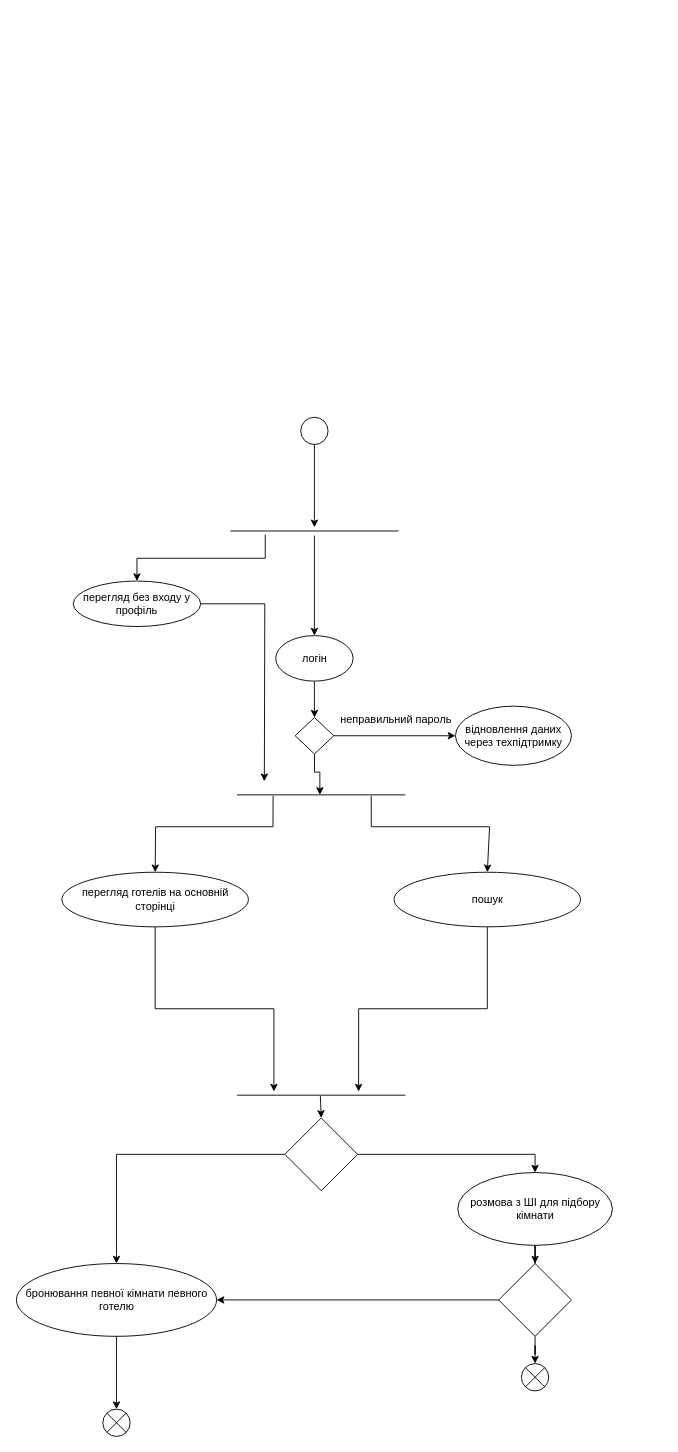
The draw.io diagram activity diagram user.drawio in Maksym-Perehinets/TSPP, before the edit. Source tidied: cells renumbered, new cells numbered last; positions are measured from the earlier drawing's top-left corner, leaving out a move shared by most shapes. Both pictures are drawn from the tidied source at 91%, with x=0, y=0 at pixel (16, 417).
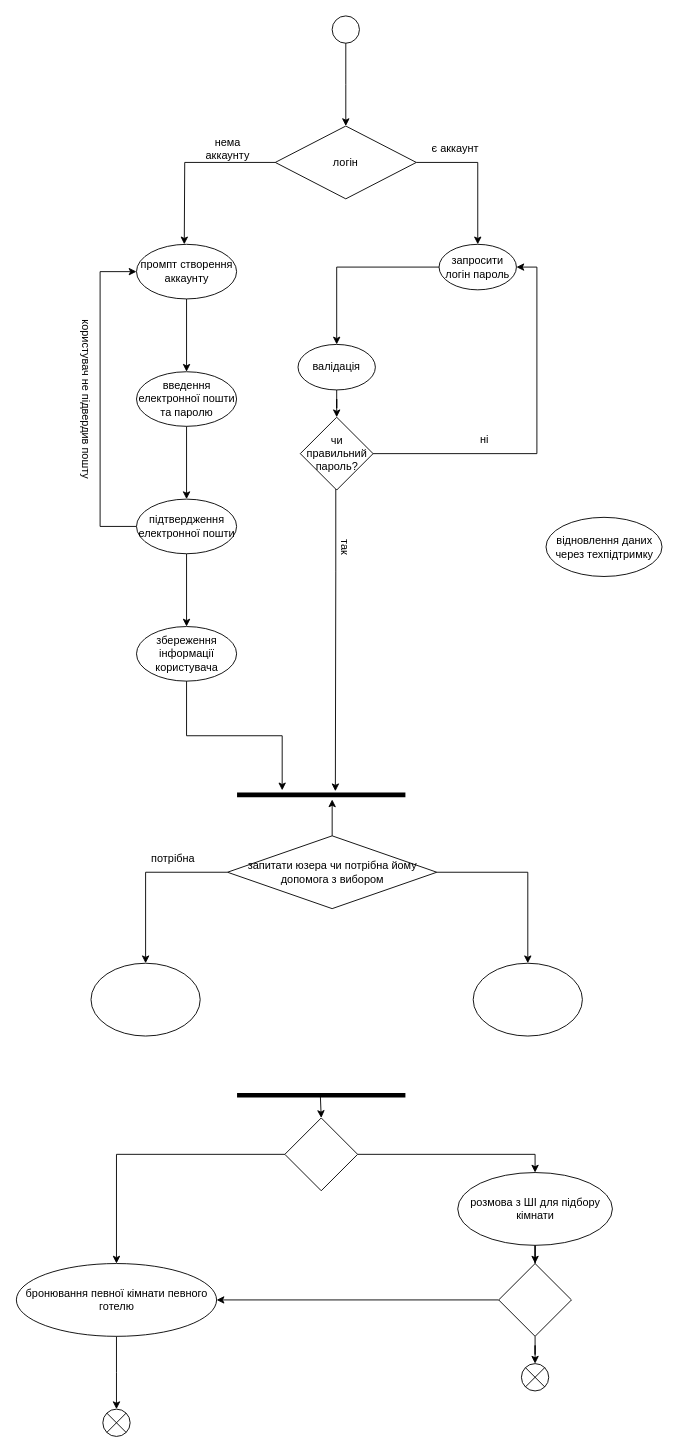
The same diagram, later.

Diff of the diagram source:
```diff
@@
     <mxCell id="2" style="ellipse;" parent="1" vertex="1">
-      <mxGeometry x="312" width="30" height="30" as="geometry" />
+      <mxGeometry x="346.5" y="-441" width="30" height="30" as="geometry" />
     </mxCell>
-    <mxCell id="3" value="пошук" style="ellipse;whiteSpace=wrap;html=1;" parent="1" vertex="1">
-      <mxGeometry x="414.5" y="500" width="205" height="60" as="geometry" />
-    </mxCell>
-    <mxCell id="4" value="перегляд готелів на основній сторінці" style="ellipse;whiteSpace=wrap;html=1;" parent="1" vertex="1">
-      <mxGeometry x="49.5" y="500" width="205" height="60" as="geometry" />
-    </mxCell>
-    <mxCell id="5" style="line;strokeWidth=1;dashed=0;labelPosition=right;align=left;verticalAlign=middle;spacingTop=0;spacingLeft=6;points=[];portConstraint=eastwest;" parent="1" vertex="1">
+    <mxCell id="5" style="line;strokeWidth=5;dashed=0;labelPosition=right;align=left;verticalAlign=middle;spacingTop=0;spacingLeft=6;points=[];portConstraint=eastwest;" parent="1" vertex="1">
       <mxGeometry x="242" y="410" width="185" height="10" as="geometry" />
     </mxCell>
-    <mxCell id="6" style="endArrow=classic;html=1;rounded=0;exitX=0.797;exitY=0.6;exitDx=0;exitDy=0;exitPerimeter=0;entryX=0.5;entryY=0;entryDx=0;entryDy=0;" parent="1" edge="1" source="5" target="3">
-      <mxGeometry relative="1" as="geometry">
-        <Array as="points">
-          <mxPoint x="389.5" y="450" />
-          <mxPoint x="519.5" y="450" />
-        </Array>
-      </mxGeometry>
-    </mxCell>
-    <mxCell id="7" style="endArrow=classic;html=1;rounded=0;exitX=0.214;exitY=0.6;exitDx=0;exitDy=0;exitPerimeter=0;entryX=0.5;entryY=0;entryDx=0;entryDy=0;" parent="1" edge="1" source="5" target="4">
-      <mxGeometry relative="1" as="geometry">
-        <Array as="points">
-          <mxPoint x="281.5" y="450" />
-          <mxPoint x="152.5" y="450" />
-        </Array>
-      </mxGeometry>
-    </mxCell>
-    <mxCell id="8" style="line;strokeWidth=1;dashed=0;labelPosition=right;align=left;verticalAlign=middle;spacingTop=0;spacingLeft=6;points=[];portConstraint=eastwest;" parent="1" vertex="1">
+    <mxCell id="8" style="line;strokeWidth=5;dashed=0;labelPosition=right;align=left;verticalAlign=middle;spacingTop=0;spacingLeft=6;points=[];portConstraint=eastwest;" parent="1" vertex="1">
       <mxGeometry x="242" y="740" width="185" height="10" as="geometry" />
     </mxCell>
-    <mxCell id="9" style="edgeStyle=orthogonalEdgeStyle;rounded=0;jettySize=auto;html=1;entryX=0.219;entryY=0.1;entryDx=0;entryDy=0;entryPerimeter=0;" parent="1" edge="1" source="4" target="8">
-      <mxGeometry relative="1" as="geometry" />
-    </mxCell>
-    <mxCell id="10" style="edgeStyle=orthogonalEdgeStyle;rounded=0;jettySize=auto;html=1;entryX=0.722;entryY=0.1;entryDx=0;entryDy=0;entryPerimeter=0;" parent="1" edge="1" source="3" target="8">
-      <mxGeometry relative="1" as="geometry" />
-    </mxCell>
@@
-    <mxCell id="23" style="edgeStyle=orthogonalEdgeStyle;rounded=0;jettySize=auto;html=1;" parent="1" edge="1" source="24" target="27">
-      <mxGeometry relative="1" as="geometry" />
-    </mxCell>
+    <mxCell id="37" style="edgeStyle=orthogonalEdgeStyle;rounded=0;jettySize=auto;html=1;" parent="1" edge="1" source="24" target="42">
+      <mxGeometry relative="1" as="geometry" />
+    </mxCell>
-    <mxCell id="24" value="логін" style="ellipse;whiteSpace=wrap;html=1;" parent="1" vertex="1">
-      <mxGeometry x="284.5" y="240" width="85" height="50" as="geometry" />
+    <mxCell id="24" value="запросити логін пароль" style="ellipse;whiteSpace=wrap;html=1;" parent="1" vertex="1">
+      <mxGeometry x="464" y="-190" width="85" height="50" as="geometry" />
     </mxCell>
-    <mxCell id="25" style="edgeStyle=orthogonalEdgeStyle;rounded=0;jettySize=auto;html=1;entryX=0;entryY=0.5;entryDx=0;entryDy=0;" parent="1" edge="1" source="27" target="28">
-      <mxGeometry relative="1" as="geometry" />
-    </mxCell>
-    <mxCell id="26" style="edgeStyle=orthogonalEdgeStyle;rounded=0;jettySize=auto;html=1;entryX=0.492;entryY=0.5;entryDx=0;entryDy=0;entryPerimeter=0;" parent="1" edge="1" source="27" target="5">
-      <mxGeometry relative="1" as="geometry">
-        <Array as="points">
-          <mxPoint x="327" y="390" />
-          <mxPoint x="333" y="390" />
-        </Array>
-      </mxGeometry>
-    </mxCell>
-    <mxCell id="27" style="rhombus;whiteSpace=wrap;html=1;" parent="1" vertex="1">
-      <mxGeometry x="305.8" y="330" width="42.5" height="40" as="geometry" />
-    </mxCell>
     <mxCell id="28" value="відновлення даних через техпідтримку" style="ellipse;whiteSpace=wrap;html=1;" parent="1" vertex="1">
-      <mxGeometry x="482" y="317.5" width="127.5" height="65" as="geometry" />
+      <mxGeometry x="581.5" y="110" width="127.5" height="65" as="geometry" />
     </mxCell>
-    <mxCell id="29" value="неправильний пароль" style="text;html=1;align=center;verticalAlign=middle;whiteSpace=wrap;rounded=0;" parent="1" vertex="1">
-      <mxGeometry x="337" y="317.5" width="160" height="30" as="geometry" />
-    </mxCell>
-    <mxCell id="30" style="line;strokeWidth=1;dashed=0;labelPosition=right;align=left;verticalAlign=middle;spacingTop=0;spacingLeft=6;points=[];portConstraint=eastwest;" parent="1" vertex="1">
-      <mxGeometry x="234.5" y="120" width="185" height="10" as="geometry" />
-    </mxCell>
-    <mxCell id="31" style="edgeStyle=orthogonalEdgeStyle;rounded=0;jettySize=auto;html=1;entryX=0.5;entryY=0.1;entryDx=0;entryDy=0;entryPerimeter=0;" parent="1" edge="1" source="2" target="30">
-      <mxGeometry relative="1" as="geometry" />
+    <mxCell id="31" style="edgeStyle=orthogonalEdgeStyle;rounded=0;jettySize=auto;html=1;entryX=0.5;entryY=0.1;entryDx=0;entryDy=0;entryPerimeter=0;" parent="1" edge="1" source="2">
+      <mxGeometry relative="1" as="geometry">
+        <mxPoint x="361.5" y="-320" as="targetPoint" />
+      </mxGeometry>
     </mxCell>
-    <mxCell id="32" style="edgeStyle=orthogonalEdgeStyle;rounded=0;jettySize=auto;html=1;" parent="1" edge="1" source="33">
-      <mxGeometry relative="1" as="geometry">
-        <mxPoint x="272" y="400" as="targetPoint" />
-      </mxGeometry>
-    </mxCell>
-    <mxCell id="33" value="перегляд без входу у профіль" style="ellipse;whiteSpace=wrap;html=1;" parent="1" vertex="1">
-      <mxGeometry x="62" y="180" width="140" height="50" as="geometry" />
-    </mxCell>
-    <mxCell id="34" style="edgeStyle=orthogonalEdgeStyle;rounded=0;jettySize=auto;html=1;exitX=0.208;exitY=0.9;exitDx=0;exitDy=0;exitPerimeter=0;" parent="1" edge="1" source="30" target="33">
-      <mxGeometry relative="1" as="geometry" />
-    </mxCell>
-    <mxCell id="35" style="edgeStyle=orthogonalEdgeStyle;rounded=0;jettySize=auto;html=1;exitX=0.5;exitY=1;exitDx=0;exitDy=0;exitPerimeter=0;" parent="1" edge="1" source="30" target="24">
-      <mxGeometry relative="1" as="geometry" />
-    </mxCell>
@@
+    <mxCell id="38" style="edgeStyle=orthogonalEdgeStyle;rounded=0;jettySize=auto;html=1;entryX=0.5;entryY=0;entryDx=0;entryDy=0;" parent="1" edge="1" source="40">
+      <mxGeometry relative="1" as="geometry">
+        <mxPoint x="184" y="-190" as="targetPoint" />
+      </mxGeometry>
+    </mxCell>
+    <mxCell id="39" style="edgeStyle=orthogonalEdgeStyle;rounded=0;jettySize=auto;html=1;entryX=0.5;entryY=0;entryDx=0;entryDy=0;" parent="1" edge="1" source="40" target="24">
+      <mxGeometry relative="1" as="geometry" />
+    </mxCell>
+    <mxCell id="40" value="логін" style="rhombus;whiteSpace=wrap;html=1;" parent="1" vertex="1">
+      <mxGeometry x="284" y="-320" width="155" height="80" as="geometry" />
+    </mxCell>
+    <mxCell id="41" style="edgeStyle=orthogonalEdgeStyle;rounded=0;jettySize=auto;html=1;" parent="1" edge="1" source="42" target="44">
+      <mxGeometry relative="1" as="geometry" />
+    </mxCell>
+    <mxCell id="42" value="валідація" style="ellipse;whiteSpace=wrap;html=1;" parent="1" vertex="1">
+      <mxGeometry x="309" y="-80" width="85" height="50" as="geometry" />
+    </mxCell>
+    <mxCell id="43" style="edgeStyle=orthogonalEdgeStyle;rounded=0;jettySize=auto;html=1;entryX=1;entryY=0.5;entryDx=0;entryDy=0;" parent="1" edge="1" source="44" target="24">
+      <mxGeometry relative="1" as="geometry">
+        <Array as="points">
+          <mxPoint x="571.5" y="40" />
+          <mxPoint x="571.5" y="-165" />
+        </Array>
+      </mxGeometry>
+    </mxCell>
+    <mxCell id="44" value="чи правильний пароль?" style="rhombus;whiteSpace=wrap;html=1;" parent="1" vertex="1">
+      <mxGeometry x="311.5" width="80" height="80" as="geometry" />
+    </mxCell>
+    <mxCell id="45" style="edgeStyle=orthogonalEdgeStyle;rounded=0;jettySize=auto;html=1;entryX=0.584;entryY=0.1;entryDx=0;entryDy=0;entryPerimeter=0;" parent="1" edge="1" source="44" target="5">
+      <mxGeometry relative="1" as="geometry">
+        <Array as="points">
+          <mxPoint x="350.5" y="170" />
+          <mxPoint x="350.5" y="170" />
+        </Array>
+      </mxGeometry>
+    </mxCell>
+    <mxCell id="46" value="ні" style="text;html=1;align=center;verticalAlign=middle;whiteSpace=wrap;rounded=0;" parent="1" vertex="1">
+      <mxGeometry x="484" y="10" width="60" height="30" as="geometry" />
+    </mxCell>
+    <mxCell id="47" value="так" style="text;html=1;align=center;verticalAlign=middle;whiteSpace=wrap;rounded=0;rotation=90;" parent="1" vertex="1">
+      <mxGeometry x="331.5" y="127.5" width="60" height="30" as="geometry" />
+    </mxCell>
+    <mxCell id="48" value="є аккаунт" style="text;html=1;align=center;verticalAlign=middle;whiteSpace=wrap;rounded=0;" parent="1" vertex="1">
+      <mxGeometry x="451.5" y="-310" width="60" height="30" as="geometry" />
+    </mxCell>
+    <mxCell id="49" value="нема аккаунту" style="text;html=1;align=center;verticalAlign=middle;whiteSpace=wrap;rounded=0;" parent="1" vertex="1">
+      <mxGeometry x="201.5" y="-310" width="60" height="30" as="geometry" />
+    </mxCell>
+    <mxCell id="50" style="edgeStyle=orthogonalEdgeStyle;rounded=0;jettySize=auto;html=1;" parent="1" edge="1" source="51" target="53">
+      <mxGeometry relative="1" as="geometry" />
+    </mxCell>
+    <mxCell id="51" value="промпт створення аккаунту" style="ellipse;whiteSpace=wrap;html=1;" parent="1" vertex="1">
+      <mxGeometry x="131.5" y="-190" width="110" height="60" as="geometry" />
+    </mxCell>
+    <mxCell id="52" style="edgeStyle=orthogonalEdgeStyle;rounded=0;jettySize=auto;html=1;" parent="1" edge="1" source="53" target="56">
+      <mxGeometry relative="1" as="geometry" />
+    </mxCell>
+    <mxCell id="53" value="введення електронної пошти та паролю" style="ellipse;whiteSpace=wrap;html=1;" parent="1" vertex="1">
+      <mxGeometry x="131.5" y="-50" width="110" height="60" as="geometry" />
+    </mxCell>
+    <mxCell id="54" style="edgeStyle=orthogonalEdgeStyle;rounded=0;jettySize=auto;html=1;entryX=0;entryY=0.5;entryDx=0;entryDy=0;" parent="1" edge="1" source="56" target="51">
+      <mxGeometry relative="1" as="geometry">
+        <Array as="points">
+          <mxPoint x="91.5" y="120" />
+          <mxPoint x="91.5" y="-160" />
+        </Array>
+      </mxGeometry>
+    </mxCell>
+    <mxCell id="55" style="edgeStyle=orthogonalEdgeStyle;rounded=0;jettySize=auto;html=1;" parent="1" edge="1" source="56" target="58">
+      <mxGeometry relative="1" as="geometry" />
+    </mxCell>
+    <mxCell id="56" value="підтвердження електронної пошти" style="ellipse;whiteSpace=wrap;html=1;" parent="1" vertex="1">
+      <mxGeometry x="131.5" y="90" width="110" height="60" as="geometry" />
+    </mxCell>
+    <mxCell id="57" value="користувач не підвердив пошту" style="text;html=1;align=center;verticalAlign=middle;whiteSpace=wrap;rounded=0;rotation=90;" parent="1" vertex="1">
+      <mxGeometry x="-18.5" y="-35" width="190" height="30" as="geometry" />
+    </mxCell>
+    <mxCell id="58" value="збереження інформації користувача" style="ellipse;whiteSpace=wrap;html=1;" parent="1" vertex="1">
+      <mxGeometry x="131.5" y="230" width="110" height="60" as="geometry" />
+    </mxCell>
+    <mxCell id="59" style="edgeStyle=orthogonalEdgeStyle;rounded=0;jettySize=auto;html=1;entryX=0.268;entryY=0;entryDx=0;entryDy=0;entryPerimeter=0;" parent="1" edge="1" source="58" target="5">
+      <mxGeometry relative="1" as="geometry" />
+    </mxCell>
+    <mxCell id="60" style="edgeStyle=orthogonalEdgeStyle;rounded=0;jettySize=auto;html=1;entryX=0.5;entryY=0;entryDx=0;entryDy=0;" parent="1" edge="1" source="62" target="64">
+      <mxGeometry relative="1" as="geometry" />
+    </mxCell>
+    <mxCell id="61" style="edgeStyle=orthogonalEdgeStyle;rounded=0;jettySize=auto;html=1;entryX=0.5;entryY=0;entryDx=0;entryDy=0;" parent="1" edge="1" source="62" target="65">
+      <mxGeometry relative="1" as="geometry" />
+    </mxCell>
+    <mxCell id="62" value="запитати юзера чи потрібна йому допомога з вибором " style="rhombus;whiteSpace=wrap;html=1;" parent="1" vertex="1">
+      <mxGeometry x="231.5" y="460" width="230" height="80" as="geometry" />
+    </mxCell>
+    <mxCell id="63" style="edgeStyle=orthogonalEdgeStyle;rounded=0;jettySize=auto;html=1;entryX=0.565;entryY=1;entryDx=0;entryDy=0;entryPerimeter=0;" parent="1" edge="1" source="62" target="5">
+      <mxGeometry relative="1" as="geometry" />
+    </mxCell>
+    <mxCell id="64" style="ellipse;whiteSpace=wrap;html=1;" parent="1" vertex="1">
+      <mxGeometry x="501.5" y="600" width="120" height="80" as="geometry" />
+    </mxCell>
+    <mxCell id="65" style="ellipse;whiteSpace=wrap;html=1;" parent="1" vertex="1">
+      <mxGeometry x="81.5" y="600" width="120" height="80" as="geometry" />
+    </mxCell>
+    <mxCell id="66" value="потрібна" style="text;html=1;align=center;verticalAlign=middle;whiteSpace=wrap;rounded=0;" parent="1" vertex="1">
+      <mxGeometry x="141.5" y="470" width="60" height="30" as="geometry" />
+    </mxCell>
```
